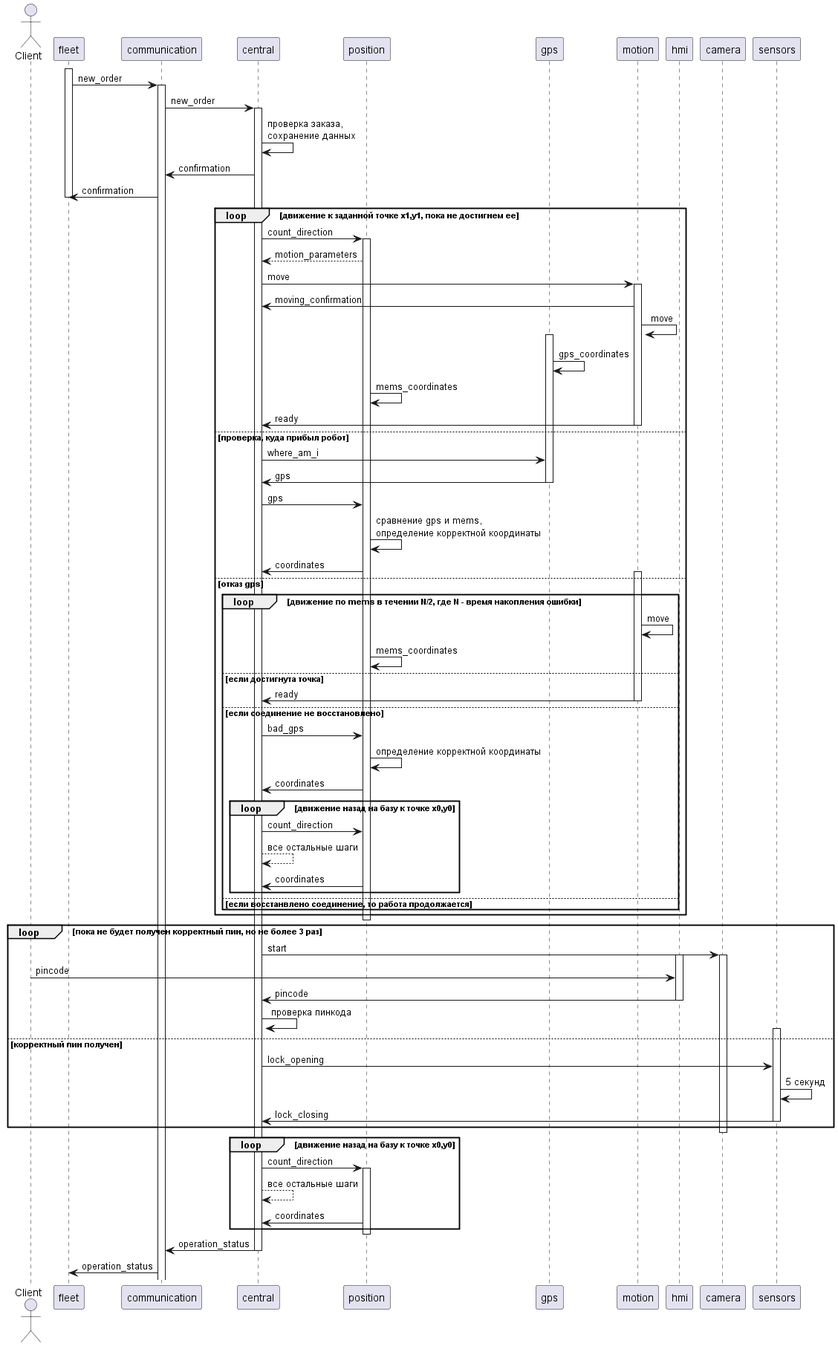
Fishonground/Delivery keeps this PlantUML diagram as pics/sd.png. Above is the earlier version.
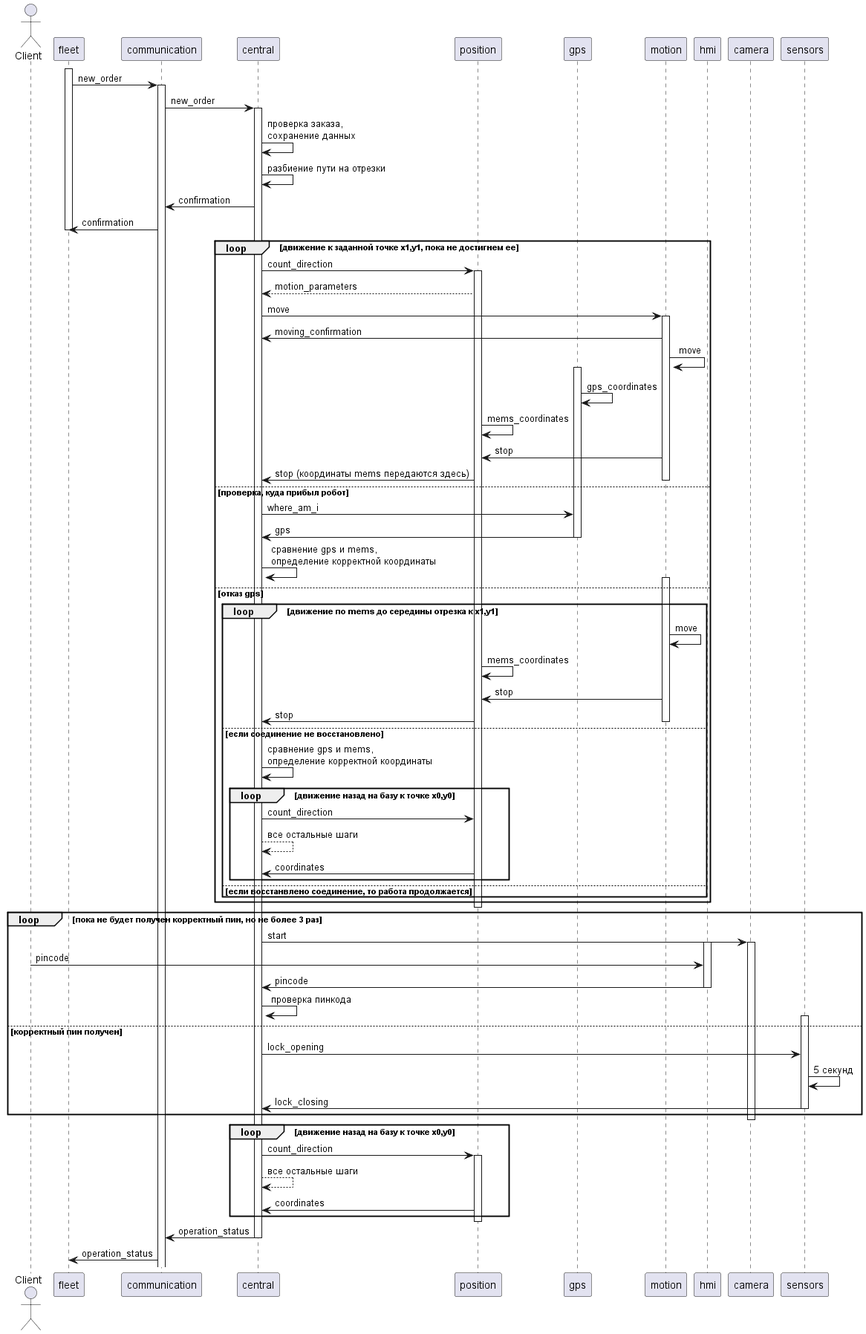
The same file after the commit.

Change to the diagram source:
```diff
@@ -15,6 +15,7 @@
 fleet -> communication++: new_order
 communication -> central++: new_order
 central -> central: проверка заказа,\nсохранение данных
+central -> central: разбиение пути на отрезки
 central -> communication: confirmation
 communication -> fleet: confirmation
 fleet --
@@ -28,28 +29,26 @@
 gps++
 gps -> gps: gps_coordinates
 position -> position: mems_coordinates
-motion -> central: ready
+motion -> position: stop
+position -> central: stop (координаты mems передаются здесь)
 else проверка, куда прибыл робот
 motion--
 central -> gps: where_am_i
 gps -> central: gps
 gps--
-central -> position: gps
-position -> position: сравнение gps и mems,\nопределение корректной координаты
-position -> central: coordinates
+
+central -> central: сравнение gps и mems,\nопределение корректной координаты
 else отказ gps
-loop движение по mems в течении N/2, где N - время накопления ошибки
+loop движение по mems до середины отрезка к x1,y1
 motion++
 motion -> motion: move
 position -> position: mems_coordinates
-else если достигнута точка
-motion -> central: ready
+motion -> position: stop
+position -> central: stop
 else если соединение не восстановлено
 
 motion--
-central -> position: bad_gps
-position -> position: определение корректной координаты
-position -> central: coordinates
+central -> central: сравнение gps и mems,\nопределение корректной координаты
 loop движение назад на базу к точке x0,y0
 central -> position: count_direction
 central --> central: все остальные шаги
```
